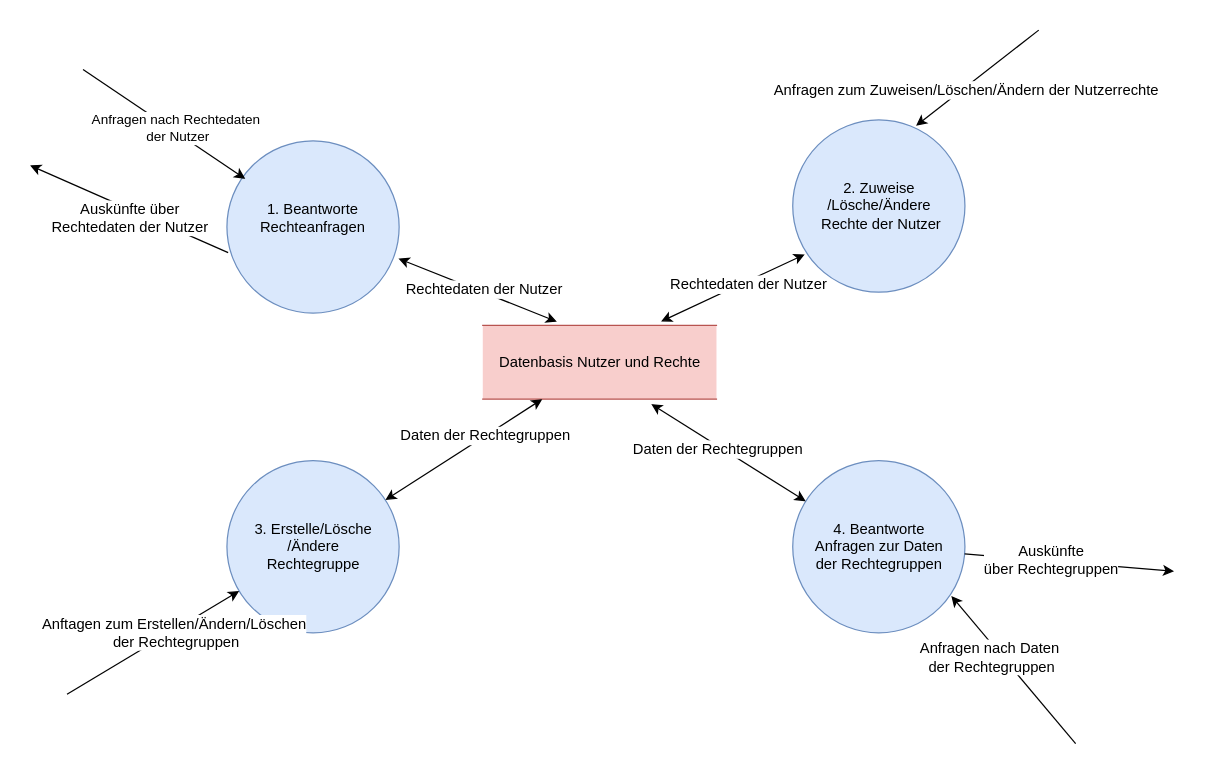
The draw.io diagram 2_Ontologies/Strukturierte Analyse/DFDs/Level2/DFD_2 Verwalte Rechte.drawio in mostermann96/SWT2, before the edit. Source tidied: cells renumbered, new cells numbered last; positions are measured from the earlier drawing's top-left corner, leaving out a move shared by most shapes. Both pictures are drawn from the tidied source at 123%, with x=0, y=0 at pixel (30, 30).
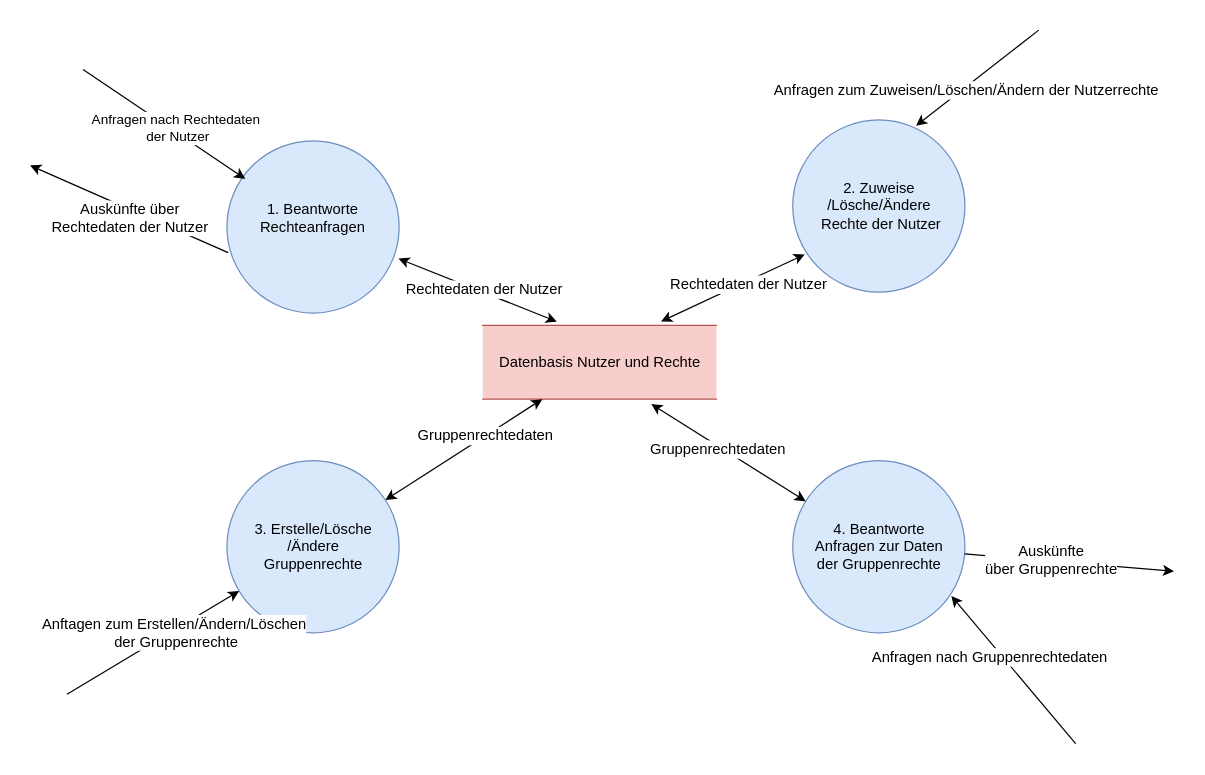
The same diagram, later.

Commit message (it also covers changes not shown here):
added readme for DFDs Verwalte Nutzer und Rechte

Unchanged cells that the change refers to:
```xml
<mxCell id="11" style="endArrow=classic;html=1;" parent="1" edge="1" target="4">
  <mxGeometry relative="1" as="geometry">
    <mxPoint x="30" y="540" as="sourcePoint" />
  </mxGeometry>
</mxCell>
<mxCell id="15" style="endArrow=classic;startArrow=classic;html=1;" parent="1" edge="1" source="4" target="6">
  <mxGeometry relative="1" as="geometry" />
</mxCell>
<mxCell id="17" style="endArrow=classic;html=1;entryX=0.921;entryY=0.786;entryDx=0;entryDy=0;entryPerimeter=0;" parent="1" edge="1" target="5">
  <mxGeometry relative="1" as="geometry">
    <mxPoint x="850" y="580" as="sourcePoint" />
  </mxGeometry>
</mxCell>
<mxCell id="19" style="endArrow=classic;startArrow=classic;html=1;entryX=0.721;entryY=1.067;entryDx=0;entryDy=0;entryPerimeter=0;" parent="1" edge="1" source="5" target="6">
  <mxGeometry relative="1" as="geometry" />
</mxCell>
<mxCell id="21" style="endArrow=classic;html=1;" parent="1" edge="1" source="5">
  <mxGeometry relative="1" as="geometry">
    <mxPoint x="930" y="440" as="targetPoint" />
  </mxGeometry>
</mxCell>
```

Change to the diagram source:
```diff
@@
-    <mxCell id="4" value="3. Erstelle/Lösche&lt;br&gt;/Ändere &lt;br&gt;Rechtegruppe" style="shape=ellipse;html=1;dashed=0;whitespace=wrap;perimeter=ellipsePerimeter;fillColor=#dae8fc;strokeColor=#6c8ebf;" parent="1" vertex="1">
+    <mxCell id="4" value="3. Erstelle/Lösche&lt;br&gt;/Ändere &lt;br&gt;Gruppenrechte" style="shape=ellipse;html=1;dashed=0;whitespace=wrap;perimeter=ellipsePerimeter;fillColor=#dae8fc;strokeColor=#6c8ebf;" parent="1" vertex="1">
       <mxGeometry x="160" y="350" width="140" height="140" as="geometry" />
     </mxCell>
-    <mxCell id="5" value="4. Beantworte &lt;br&gt;Anfragen zur Daten &lt;br&gt;der&amp;nbsp;Rechtegruppen" style="shape=ellipse;html=1;dashed=0;whitespace=wrap;perimeter=ellipsePerimeter;fillColor=#dae8fc;strokeColor=#6c8ebf;" parent="1" vertex="1">
+    <mxCell id="5" value="4. Beantworte &lt;br&gt;Anfragen zur Daten &lt;br&gt;der Gruppenrechte" style="shape=ellipse;html=1;dashed=0;whitespace=wrap;perimeter=ellipsePerimeter;fillColor=#dae8fc;strokeColor=#6c8ebf;" parent="1" vertex="1">
       <mxGeometry x="620" y="350" width="140" height="140" as="geometry" />
     </mxCell>
@@
-    <mxCell id="12" value="Anftagen zum Erstellen/Ändern/Löschen&lt;br&gt;&amp;nbsp;der Rechtegruppen" style="text;html=1;align=center;verticalAlign=middle;labelBackgroundColor=#ffffff;" parent="11" vertex="1">
+    <mxCell id="12" value="Anftagen zum Erstellen/Ändern/Löschen&lt;br&gt;&amp;nbsp;der Gruppenrechte" style="text;html=1;align=center;verticalAlign=middle;labelBackgroundColor=#ffffff;" parent="11" vertex="1">
       <mxGeometry x="0.21" y="-1" relative="1" as="geometry">
         <mxPoint x="1" as="offset" />
       </mxGeometry>
     </mxCell>
@@
-    <mxCell id="16" value="Daten der Rechtegruppen" style="text;html=1;align=center;verticalAlign=middle;labelBackgroundColor=#ffffff;" parent="15" vertex="1">
+    <mxCell id="16" value="Gruppenrechtedaten" style="text;html=1;align=center;verticalAlign=middle;labelBackgroundColor=#ffffff;" parent="15" vertex="1">
       <mxGeometry x="0.26" y="1" relative="1" as="geometry" />
     </mxCell>
@@
-    <mxCell id="18" value="Anfragen nach Daten&lt;br&gt;&amp;nbsp;der Rechtegruppen" style="text;html=1;align=center;verticalAlign=middle;labelBackgroundColor=#ffffff;" parent="17" vertex="1">
+    <mxCell id="18" value="Anfragen nach Gruppenrechtedaten" style="text;html=1;align=center;verticalAlign=middle;labelBackgroundColor=#ffffff;" parent="17" vertex="1">
       <mxGeometry x="0.38" relative="1" as="geometry">
         <mxPoint x="-0.5" y="12.5" as="offset" />
       </mxGeometry>
     </mxCell>
@@
-    <mxCell id="20" value="Daten der Rechtegruppen" style="text;html=1;align=center;verticalAlign=middle;labelBackgroundColor=#ffffff;" parent="19" vertex="1">
+    <mxCell id="20" value="Gruppenrechtedaten" style="text;html=1;align=center;verticalAlign=middle;labelBackgroundColor=#ffffff;" parent="19" vertex="1">
       <mxGeometry x="0.24" y="-1" relative="1" as="geometry">
         <mxPoint x="5" y="7" as="offset" />
       </mxGeometry>
     </mxCell>
@@
-    <mxCell id="22" value="Auskünfte &lt;br&gt;über Rechtegruppen" style="text;html=1;align=center;verticalAlign=middle;labelBackgroundColor=#ffffff;" parent="21" vertex="1">
+    <mxCell id="22" value="Auskünfte &lt;br&gt;über Gruppenrechte" style="text;html=1;align=center;verticalAlign=middle;labelBackgroundColor=#ffffff;" parent="21" vertex="1">
       <mxGeometry x="-0.53" y="-3" relative="1" as="geometry">
         <mxPoint x="30.5" y="-2" as="offset" />
       </mxGeometry>
     </mxCell>
```
